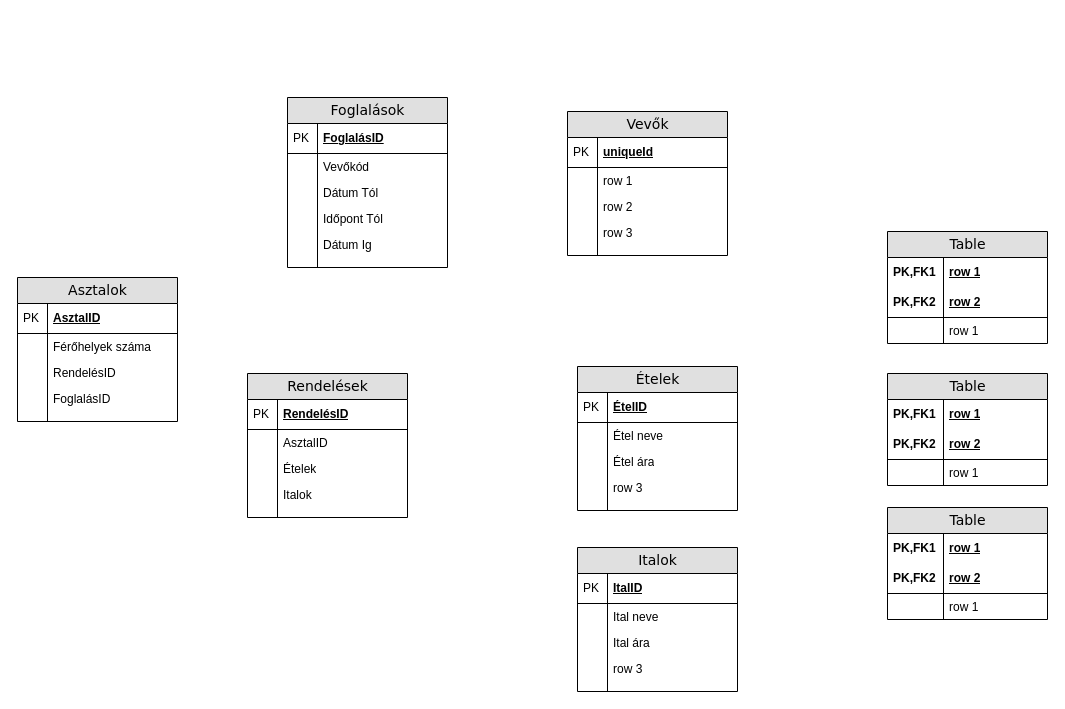
xcom169/xcom169 keeps this draw.io diagram as ÉtteremOKJ.drawio. Above is the earlier version. Source tidied: cells renumbered, new cells numbered last; positions are measured from the earlier drawing's top-left corner, leaving out a move shared by most shapes. Both pictures are drawn from the tidied source at 100%, with x=0, y=0 at pixel (17, 97).
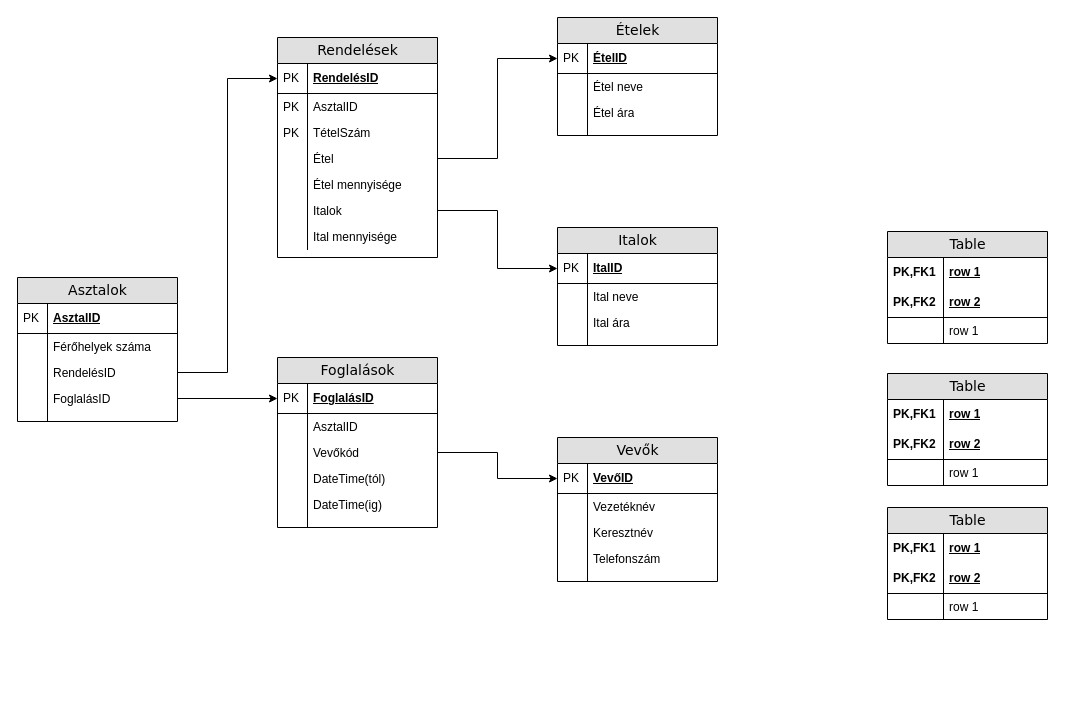
After the change.

The change refers to these unchanged cells:
```xml
<mxCell id="14" value="ItalID" style="shape=partialRectangle;top=0;left=0;right=0;bottom=1;html=1;align=left;verticalAlign=middle;fillColor=none;spacingLeft=34;spacingRight=4;whiteSpace=wrap;overflow=hidden;points=[[0,0.5],[1,0.5]];portConstraint=eastwest;fontStyle=5;" parent="13" vertex="1">
  <mxGeometry y="26" width="160" height="30" as="geometry" />
</mxCell>
<mxCell id="25" value="ÉtelID" style="shape=partialRectangle;top=0;left=0;right=0;bottom=1;html=1;align=left;verticalAlign=middle;fillColor=none;spacingLeft=34;spacingRight=4;whiteSpace=wrap;overflow=hidden;points=[[0,0.5],[1,0.5]];portConstraint=eastwest;fontStyle=5;" parent="24" vertex="1">
  <mxGeometry y="26" width="160" height="30" as="geometry" />
</mxCell>
<mxCell id="61" value="RendelésID" style="shape=partialRectangle;top=0;left=0;right=0;bottom=0;html=1;align=left;verticalAlign=top;fillColor=none;spacingLeft=34;spacingRight=4;whiteSpace=wrap;overflow=hidden;points=[[0,0.5],[1,0.5]];portConstraint=eastwest;" parent="56" vertex="1">
  <mxGeometry y="82" width="160" height="26" as="geometry" />
</mxCell>
<mxCell id="63" value="FoglalásID" style="shape=partialRectangle;top=0;left=0;right=0;bottom=0;html=1;align=left;verticalAlign=top;fillColor=none;spacingLeft=34;spacingRight=4;whiteSpace=wrap;overflow=hidden;points=[[0,0.5],[1,0.5]];portConstraint=eastwest;" parent="56" vertex="1">
  <mxGeometry y="108" width="160" height="26" as="geometry" />
</mxCell>
<mxCell id="68" value="FoglalásID" style="shape=partialRectangle;top=0;left=0;right=0;bottom=1;html=1;align=left;verticalAlign=middle;fillColor=none;spacingLeft=34;spacingRight=4;whiteSpace=wrap;overflow=hidden;points=[[0,0.5],[1,0.5]];portConstraint=eastwest;fontStyle=5;" parent="67" vertex="1">
  <mxGeometry y="26" width="160" height="30" as="geometry" />
</mxCell>
<mxCell id="81" value="RendelésID" style="shape=partialRectangle;top=0;left=0;right=0;bottom=1;html=1;align=left;verticalAlign=middle;fillColor=none;spacingLeft=34;spacingRight=4;whiteSpace=wrap;overflow=hidden;points=[[0,0.5],[1,0.5]];portConstraint=eastwest;fontStyle=5;" parent="80" vertex="1">
  <mxGeometry y="26" width="160" height="30" as="geometry" />
</mxCell>
<mxCell id="83" value="AsztalID" style="shape=partialRectangle;top=0;left=0;right=0;bottom=0;html=1;align=left;verticalAlign=top;fillColor=none;spacingLeft=34;spacingRight=4;whiteSpace=wrap;overflow=hidden;" parent="80" vertex="1">
  <mxGeometry y="56" width="160" height="26" as="geometry" />
</mxCell>
```

What changed in the source:
```diff
@@
     <mxCell id="2" value="Vevők" style="swimlane;html=1;fontStyle=0;horizontal=1;startSize=26;fillColor=#e0e0e0;swimlaneFillColor=#ffffff;align=center;rounded=0;shadow=0;comic=0;labelBackgroundColor=none;strokeWidth=1;fontFamily=Verdana;fontSize=14;swimlaneLine=1;" parent="1" vertex="1">
-      <mxGeometry x="550" y="14" width="160" height="144" as="geometry" />
+      <mxGeometry x="540" y="340" width="160" height="144" as="geometry" />
     </mxCell>
-    <mxCell id="3" value="uniqueId" style="shape=partialRectangle;top=0;left=0;right=0;bottom=1;html=1;align=left;verticalAlign=middle;fillColor=none;spacingLeft=34;spacingRight=4;whiteSpace=wrap;overflow=hidden;points=[[0,0.5],[1,0.5]];portConstraint=eastwest;fontStyle=5;" parent="2" vertex="1">
+    <mxCell id="3" value="VevőID" style="shape=partialRectangle;top=0;left=0;right=0;bottom=1;html=1;align=left;verticalAlign=middle;fillColor=none;spacingLeft=34;spacingRight=4;whiteSpace=wrap;overflow=hidden;points=[[0,0.5],[1,0.5]];portConstraint=eastwest;fontStyle=5;" parent="2" vertex="1">
       <mxGeometry y="26" width="160" height="30" as="geometry" />
     </mxCell>
@@
-    <mxCell id="5" value="row 1" style="shape=partialRectangle;top=0;left=0;right=0;bottom=0;html=1;align=left;verticalAlign=top;fillColor=none;spacingLeft=34;spacingRight=4;whiteSpace=wrap;overflow=hidden;" parent="2" vertex="1">
+    <mxCell id="5" value="Vezetéknév" style="shape=partialRectangle;top=0;left=0;right=0;bottom=0;html=1;align=left;verticalAlign=top;fillColor=none;spacingLeft=34;spacingRight=4;whiteSpace=wrap;overflow=hidden;" parent="2" vertex="1">
       <mxGeometry y="56" width="160" height="26" as="geometry" />
     </mxCell>
@@
-    <mxCell id="7" value="row 2" style="shape=partialRectangle;top=0;left=0;right=0;bottom=0;html=1;align=left;verticalAlign=top;fillColor=none;spacingLeft=34;spacingRight=4;whiteSpace=wrap;overflow=hidden;" parent="2" vertex="1">
+    <mxCell id="7" value="Keresztnév" style="shape=partialRectangle;top=0;left=0;right=0;bottom=0;html=1;align=left;verticalAlign=top;fillColor=none;spacingLeft=34;spacingRight=4;whiteSpace=wrap;overflow=hidden;" parent="2" vertex="1">
       <mxGeometry y="82" width="160" height="26" as="geometry" />
     </mxCell>
@@
-    <mxCell id="9" value="row 3" style="shape=partialRectangle;top=0;left=0;right=0;bottom=0;html=1;align=left;verticalAlign=top;fillColor=none;spacingLeft=34;spacingRight=4;whiteSpace=wrap;overflow=hidden;" parent="2" vertex="1">
+    <mxCell id="9" value="Telefonszám" style="shape=partialRectangle;top=0;left=0;right=0;bottom=0;html=1;align=left;verticalAlign=top;fillColor=none;spacingLeft=34;spacingRight=4;whiteSpace=wrap;overflow=hidden;" parent="2" vertex="1">
       <mxGeometry y="108" width="160" height="26" as="geometry" />
     </mxCell>
@@
     <mxCell id="13" value="&lt;div&gt;Italok&lt;/div&gt;" style="swimlane;html=1;fontStyle=0;horizontal=1;startSize=26;fillColor=#e0e0e0;swimlaneFillColor=#ffffff;align=center;rounded=0;shadow=0;comic=0;labelBackgroundColor=none;strokeWidth=1;fontFamily=Verdana;fontSize=14;" parent="1" vertex="1">
-      <mxGeometry x="560" y="450" width="160" height="144" as="geometry" />
+      <mxGeometry x="540" y="130" width="160" height="118" as="geometry" />
     </mxCell>
@@
-    <mxCell id="20" value="row 3" style="shape=partialRectangle;top=0;left=0;right=0;bottom=0;html=1;align=left;verticalAlign=top;fillColor=none;spacingLeft=34;spacingRight=4;whiteSpace=wrap;overflow=hidden;" parent="13" vertex="1">
-      <mxGeometry y="108" width="160" height="26" as="geometry" />
-    </mxCell>
-    <mxCell id="21" style="shape=partialRectangle;top=0;left=0;bottom=0;html=1;fillColor=none;align=left;verticalAlign=top;spacingLeft=4;spacingRight=4;whiteSpace=wrap;overflow=hidden;" parent="20" vertex="1">
-      <mxGeometry width="30" height="26" as="geometry" />
-    </mxCell>
     <mxCell id="22" style="shape=partialRectangle;top=0;left=0;right=0;bottom=0;html=1;align=left;verticalAlign=top;fillColor=none;spacingLeft=34;spacingRight=4;whiteSpace=wrap;overflow=hidden;" parent="13" vertex="1">
-      <mxGeometry y="134" width="160" height="10" as="geometry" />
+      <mxGeometry y="108" width="160" height="10" as="geometry" />
     </mxCell>
@@
     <mxCell id="24" value="Ételek" style="swimlane;html=1;fontStyle=0;horizontal=1;startSize=26;fillColor=#e0e0e0;swimlaneFillColor=#ffffff;align=center;rounded=0;shadow=0;comic=0;labelBackgroundColor=none;strokeWidth=1;fontFamily=Verdana;fontSize=14;" parent="1" vertex="1">
-      <mxGeometry x="560" y="269" width="160" height="144" as="geometry" />
+      <mxGeometry x="540" y="-80" width="160" height="118" as="geometry" />
     </mxCell>
@@
-    <mxCell id="31" value="row 3" style="shape=partialRectangle;top=0;left=0;right=0;bottom=0;html=1;align=left;verticalAlign=top;fillColor=none;spacingLeft=34;spacingRight=4;whiteSpace=wrap;overflow=hidden;" parent="24" vertex="1">
-      <mxGeometry y="108" width="160" height="26" as="geometry" />
-    </mxCell>
-    <mxCell id="32" style="shape=partialRectangle;top=0;left=0;bottom=0;html=1;fillColor=none;align=left;verticalAlign=top;spacingLeft=4;spacingRight=4;whiteSpace=wrap;overflow=hidden;" parent="31" vertex="1">
-      <mxGeometry width="30" height="26" as="geometry" />
-    </mxCell>
     <mxCell id="33" style="shape=partialRectangle;top=0;left=0;right=0;bottom=0;html=1;align=left;verticalAlign=top;fillColor=none;spacingLeft=34;spacingRight=4;whiteSpace=wrap;overflow=hidden;" parent="24" vertex="1">
-      <mxGeometry y="134" width="160" height="10" as="geometry" />
+      <mxGeometry y="108" width="160" height="10" as="geometry" />
     </mxCell>
@@
     <mxCell id="67" value="Foglalások" style="swimlane;html=1;fontStyle=0;horizontal=1;startSize=26;fillColor=#e0e0e0;swimlaneFillColor=#ffffff;align=center;rounded=0;shadow=0;comic=0;labelBackgroundColor=none;strokeWidth=1;fontFamily=Verdana;fontSize=14;" parent="1" vertex="1">
-      <mxGeometry x="270" width="160" height="170" as="geometry" />
+      <mxGeometry x="260" y="260" width="160" height="170" as="geometry" />
     </mxCell>
@@
-    <mxCell id="70" value="Vevőkód" style="shape=partialRectangle;top=0;left=0;right=0;bottom=0;html=1;align=left;verticalAlign=top;fillColor=none;spacingLeft=34;spacingRight=4;whiteSpace=wrap;overflow=hidden;" parent="67" vertex="1">
+    <mxCell id="70" value="AsztalID" style="shape=partialRectangle;top=0;left=0;right=0;bottom=0;html=1;align=left;verticalAlign=top;fillColor=none;spacingLeft=34;spacingRight=4;whiteSpace=wrap;overflow=hidden;" parent="67" vertex="1">
       <mxGeometry y="56" width="160" height="26" as="geometry" />
     </mxCell>
@@
+    <mxCell id="91" value="Vevőkód" style="shape=partialRectangle;top=0;left=0;right=0;bottom=0;html=1;align=left;verticalAlign=top;fillColor=none;spacingLeft=34;spacingRight=4;whiteSpace=wrap;overflow=hidden;points=[[0,0.5],[1,0.5]];portConstraint=eastwest;" parent="67" vertex="1">
+      <mxGeometry y="82" width="160" height="26" as="geometry" />
+    </mxCell>
+    <mxCell id="92" style="shape=partialRectangle;top=0;left=0;bottom=0;html=1;fillColor=none;align=left;verticalAlign=top;spacingLeft=4;spacingRight=4;whiteSpace=wrap;overflow=hidden;" parent="91" vertex="1">
+      <mxGeometry width="30" height="26" as="geometry" />
+    </mxCell>
-    <mxCell id="72" value="Dátum Tól" style="shape=partialRectangle;top=0;left=0;right=0;bottom=0;html=1;align=left;verticalAlign=top;fillColor=none;spacingLeft=34;spacingRight=4;whiteSpace=wrap;overflow=hidden;" parent="67" vertex="1">
-      <mxGeometry y="82" width="160" height="26" as="geometry" />
+    <mxCell id="72" value="DateTime(tól)" style="shape=partialRectangle;top=0;left=0;right=0;bottom=0;html=1;align=left;verticalAlign=top;fillColor=none;spacingLeft=34;spacingRight=4;whiteSpace=wrap;overflow=hidden;" parent="67" vertex="1">
+      <mxGeometry y="108" width="160" height="26" as="geometry" />
     </mxCell>
@@
-    <mxCell id="74" value="Időpont Tól" style="shape=partialRectangle;top=0;left=0;right=0;bottom=0;html=1;align=left;verticalAlign=top;fillColor=none;spacingLeft=34;spacingRight=4;whiteSpace=wrap;overflow=hidden;" parent="67" vertex="1">
-      <mxGeometry y="108" width="160" height="26" as="geometry" />
+    <mxCell id="74" value="DateTime(ig)" style="shape=partialRectangle;top=0;left=0;right=0;bottom=0;html=1;align=left;verticalAlign=top;fillColor=none;spacingLeft=34;spacingRight=4;whiteSpace=wrap;overflow=hidden;" parent="67" vertex="1">
+      <mxGeometry y="134" width="160" height="26" as="geometry" />
     </mxCell>
@@
-    <mxCell id="76" value="Dátum Ig" style="shape=partialRectangle;top=0;left=0;right=0;bottom=0;html=1;align=left;verticalAlign=top;fillColor=none;spacingLeft=34;spacingRight=4;whiteSpace=wrap;overflow=hidden;" parent="67" vertex="1">
-      <mxGeometry y="134" width="160" height="26" as="geometry" />
-    </mxCell>
-    <mxCell id="77" style="shape=partialRectangle;top=0;left=0;bottom=0;html=1;fillColor=none;align=left;verticalAlign=top;spacingLeft=4;spacingRight=4;whiteSpace=wrap;overflow=hidden;" parent="76" vertex="1">
-      <mxGeometry width="30" height="26" as="geometry" />
-    </mxCell>
@@
     <mxCell id="80" value="Rendelések" style="swimlane;html=1;fontStyle=0;horizontal=1;startSize=26;fillColor=#e0e0e0;swimlaneFillColor=#ffffff;align=center;rounded=0;shadow=0;comic=0;labelBackgroundColor=none;strokeWidth=1;fontFamily=Verdana;fontSize=14;" parent="1" vertex="1">
-      <mxGeometry x="230" y="276" width="160" height="144" as="geometry" />
+      <mxGeometry x="260" y="-60" width="160" height="220" as="geometry" />
     </mxCell>
@@
-    <mxCell id="84" style="shape=partialRectangle;top=0;left=0;bottom=0;html=1;fillColor=none;align=left;verticalAlign=top;spacingLeft=4;spacingRight=4;whiteSpace=wrap;overflow=hidden;" parent="83" vertex="1">
+    <mxCell id="84" value="PK" style="shape=partialRectangle;top=0;left=0;bottom=0;html=1;fillColor=none;align=left;verticalAlign=top;spacingLeft=4;spacingRight=4;whiteSpace=wrap;overflow=hidden;" parent="83" vertex="1">
       <mxGeometry width="30" height="26" as="geometry" />
     </mxCell>
-    <mxCell id="85" value="Ételek" style="shape=partialRectangle;top=0;left=0;right=0;bottom=0;html=1;align=left;verticalAlign=top;fillColor=none;spacingLeft=34;spacingRight=4;whiteSpace=wrap;overflow=hidden;" parent="80" vertex="1">
+    <mxCell id="85" value="TételSzám" style="shape=partialRectangle;top=0;left=0;right=0;bottom=0;html=1;align=left;verticalAlign=top;fillColor=none;spacingLeft=34;spacingRight=4;whiteSpace=wrap;overflow=hidden;" parent="80" vertex="1">
       <mxGeometry y="82" width="160" height="26" as="geometry" />
     </mxCell>
-    <mxCell id="86" style="shape=partialRectangle;top=0;left=0;bottom=0;html=1;fillColor=none;align=left;verticalAlign=top;spacingLeft=4;spacingRight=4;whiteSpace=wrap;overflow=hidden;" parent="85" vertex="1">
+    <mxCell id="86" value="PK" style="shape=partialRectangle;top=0;left=0;bottom=0;html=1;fillColor=none;align=left;verticalAlign=top;spacingLeft=4;spacingRight=4;whiteSpace=wrap;overflow=hidden;" parent="85" vertex="1">
       <mxGeometry width="30" height="26" as="geometry" />
     </mxCell>
+    <mxCell id="93" value="Étel" style="shape=partialRectangle;top=0;left=0;right=0;bottom=0;html=1;align=left;verticalAlign=top;fillColor=none;spacingLeft=34;spacingRight=4;whiteSpace=wrap;overflow=hidden;points=[[0,0.5],[1,0.5]];portConstraint=eastwest;" parent="80" vertex="1">
+      <mxGeometry y="108" width="160" height="26" as="geometry" />
+    </mxCell>
+    <mxCell id="94" style="shape=partialRectangle;top=0;left=0;bottom=0;html=1;fillColor=none;align=left;verticalAlign=top;spacingLeft=4;spacingRight=4;whiteSpace=wrap;overflow=hidden;" parent="93" vertex="1">
+      <mxGeometry width="30" height="26" as="geometry" />
+    </mxCell>
+    <mxCell id="95" value="Étel mennyisége" style="shape=partialRectangle;top=0;left=0;right=0;bottom=0;html=1;align=left;verticalAlign=top;fillColor=none;spacingLeft=34;spacingRight=4;whiteSpace=wrap;overflow=hidden;" parent="80" vertex="1">
+      <mxGeometry y="134" width="160" height="26" as="geometry" />
+    </mxCell>
+    <mxCell id="96" style="shape=partialRectangle;top=0;left=0;bottom=0;html=1;fillColor=none;align=left;verticalAlign=top;spacingLeft=4;spacingRight=4;whiteSpace=wrap;overflow=hidden;" parent="95" vertex="1">
+      <mxGeometry width="30" height="26" as="geometry" />
+    </mxCell>
     <mxCell id="87" value="Italok" style="shape=partialRectangle;top=0;left=0;right=0;bottom=0;html=1;align=left;verticalAlign=top;fillColor=none;spacingLeft=34;spacingRight=4;whiteSpace=wrap;overflow=hidden;points=[[0,0.5],[1,0.5]];portConstraint=eastwest;" parent="80" vertex="1">
-      <mxGeometry y="108" width="160" height="26" as="geometry" />
+      <mxGeometry y="160" width="160" height="26" as="geometry" />
     </mxCell>
@@
-    <mxCell id="89" style="shape=partialRectangle;top=0;left=0;right=0;bottom=0;html=1;align=left;verticalAlign=top;fillColor=none;spacingLeft=34;spacingRight=4;whiteSpace=wrap;overflow=hidden;" parent="80" vertex="1">
-      <mxGeometry y="134" width="160" height="10" as="geometry" />
-    </mxCell>
-    <mxCell id="90" style="shape=partialRectangle;top=0;left=0;bottom=0;html=1;fillColor=none;align=left;verticalAlign=top;spacingLeft=4;spacingRight=4;whiteSpace=wrap;overflow=hidden;" parent="89" vertex="1">
-      <mxGeometry width="30" height="10" as="geometry" />
-    </mxCell>
+    <mxCell id="97" value="Ital mennyisége" style="shape=partialRectangle;top=0;left=0;right=0;bottom=0;html=1;align=left;verticalAlign=top;fillColor=none;spacingLeft=34;spacingRight=4;whiteSpace=wrap;overflow=hidden;" parent="80" vertex="1">
+      <mxGeometry y="186" width="160" height="26" as="geometry" />
+    </mxCell>
+    <mxCell id="98" style="shape=partialRectangle;top=0;left=0;bottom=0;html=1;fillColor=none;align=left;verticalAlign=top;spacingLeft=4;spacingRight=4;whiteSpace=wrap;overflow=hidden;" parent="97" vertex="1">
+      <mxGeometry width="30" height="26" as="geometry" />
+    </mxCell>
+    <mxCell id="99" style="edgeStyle=orthogonalEdgeStyle;rounded=0;jettySize=auto;html=1;entryX=0;entryY=0.5;entryDx=0;entryDy=0;" parent="1" edge="1" source="63" target="68">
+      <mxGeometry relative="1" as="geometry" />
+    </mxCell>
+    <mxCell id="100" style="edgeStyle=orthogonalEdgeStyle;rounded=0;jettySize=auto;html=1;" parent="1" edge="1" source="61" target="81">
+      <mxGeometry relative="1" as="geometry" />
+    </mxCell>
+    <mxCell id="101" style="edgeStyle=orthogonalEdgeStyle;rounded=0;jettySize=auto;html=1;entryX=0;entryY=0.5;entryDx=0;entryDy=0;" parent="1" edge="1" source="93" target="25">
+      <mxGeometry relative="1" as="geometry" />
+    </mxCell>
+    <mxCell id="102" style="edgeStyle=orthogonalEdgeStyle;rounded=0;jettySize=auto;html=1;" parent="1" edge="1" source="87" target="14">
+      <mxGeometry relative="1" as="geometry" />
+    </mxCell>
+    <mxCell id="103" style="edgeStyle=orthogonalEdgeStyle;rounded=0;jettySize=auto;html=1;entryX=0;entryY=0.5;entryDx=0;entryDy=0;" parent="1" edge="1" source="91" target="3">
+      <mxGeometry relative="1" as="geometry" />
+    </mxCell>
```
